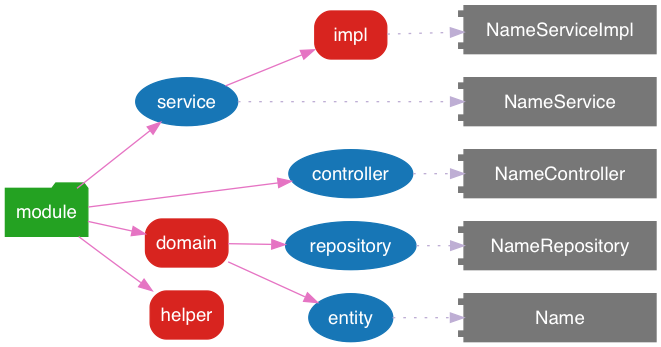
This is static/image/2019/07/spring-mvc-module.png from Jeanhwea/jeanhwea.github.io, a Graphviz export, as it was before one commit. Its source is kept beside it as static/image/2019/07/spring-mvc-module.dot. Its diagram source:
```dot
digraph G {
  rankdir="LR"

  node [shape=folder, style=filled, color="#24a222", fontcolor="white", fontname="Helvetia"];
  module;

  node [shape=ellipse, style=filled, color="#1776b6"];
  service;
  controller;
  repository[lable="repo"];
  entity;

  node [shape=box, style="filled,rounded", color="#d8241f"];
  domain;
  helper;
  service_impl[label="impl"];


  edge [style=solid, color="#e574c3"];
  module -> {domain, service, controller, helper};
  domain -> {entity, repository};
  service -> service_impl;

  node [shape=component, style=filled, color="#777777", width=2];
  {
    rank="same";
    Name;
    NameRepository;
    NameService;
    NameServiceImpl;
    NameController;
  }

  edge [shape=dot, style=dotted, color="#beaed4"];
  entity -> Name;
  repository -> NameRepository;
  service -> NameService;
  service_impl -> NameServiceImpl;
  controller -> NameController;
}
```
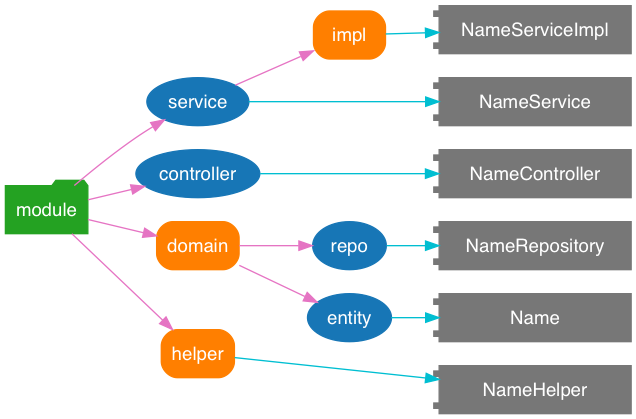
After the change.

Diff of the diagram source:
```diff
@@ -7,13 +7,18 @@
   node [shape=ellipse, style=filled, color="#1776b6"];
   service;
   controller;
-  repository[lable="repo"];
+  repository[label="repo"];
   entity;
 
-  node [shape=box, style="filled,rounded", color="#d8241f"];
+  node [shape=box, style="filled,rounded", color="#ff7f00"];
   domain;
   helper;
   service_impl[label="impl"];
+
+  {
+    rank = "same";
+    service; controller; domain; helper;
+  }
 
 
   edge [style=solid, color="#e574c3"];
@@ -29,12 +34,14 @@
     NameService;
     NameServiceImpl;
     NameController;
+    NameHelper;
   }
 
-  edge [shape=dot, style=dotted, color="#beaed4"];
+  edge [shape=dot, style=solid, color="#00bed1"];
   entity -> Name;
   repository -> NameRepository;
   service -> NameService;
   service_impl -> NameServiceImpl;
   controller -> NameController;
+  helper -> NameHelper;
 }
```
